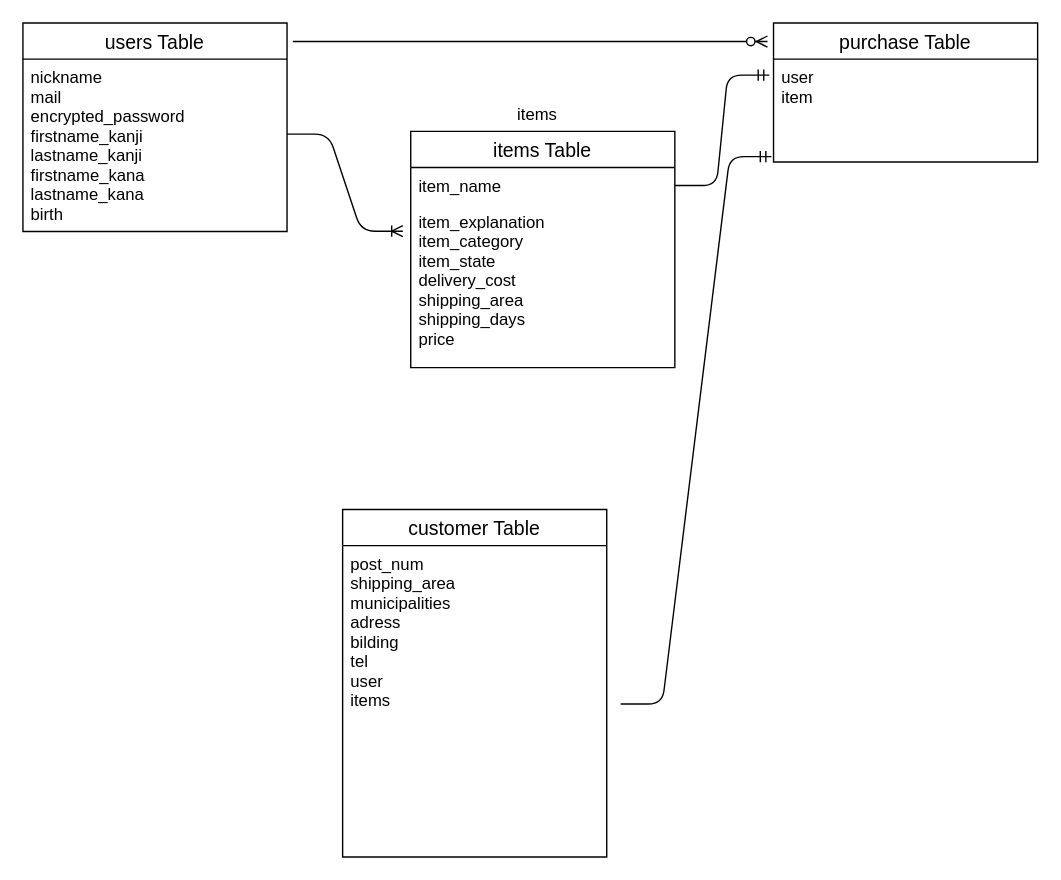
Above: test.dio in nanakuma/furima-03037 (draw.io), before the change. Source tidied: cells renumbered, new cells numbered last; positions are measured from the earlier drawing's top-left corner, leaving out a move shared by most shapes. Both pictures are drawn from the tidied source at 139%, with x=0, y=0 at pixel (22, 22).
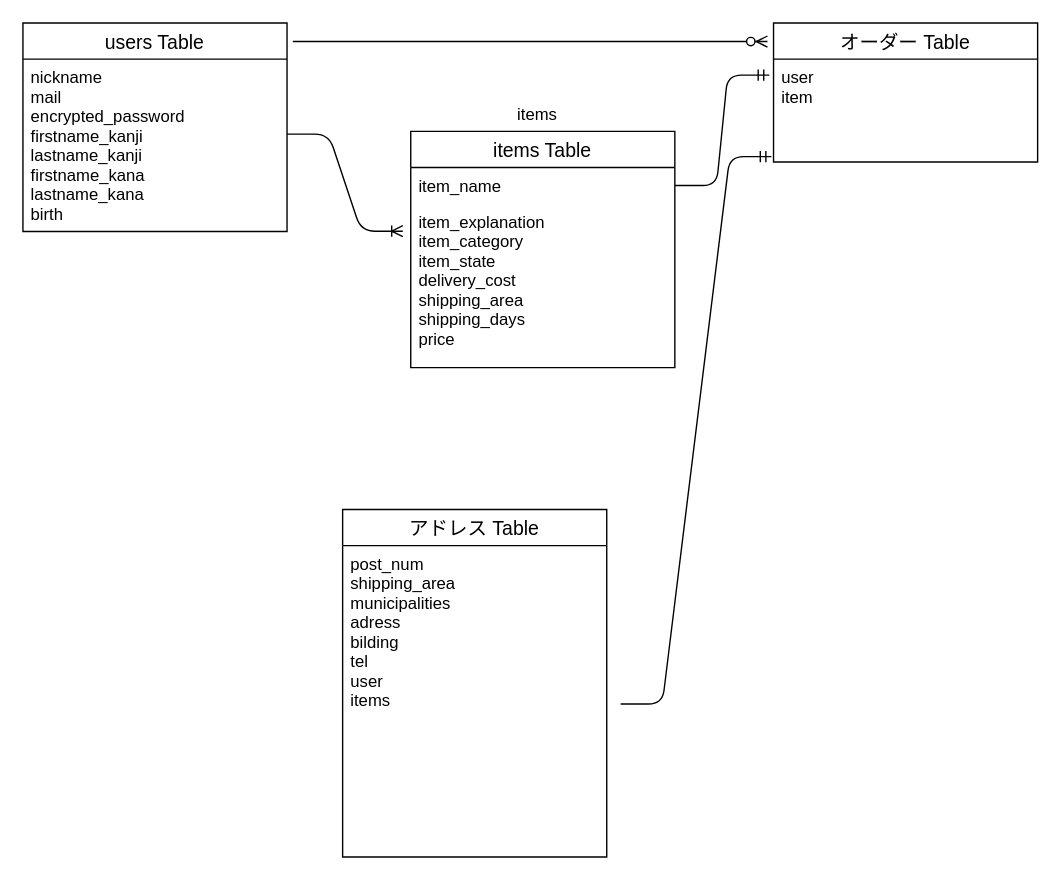
The same page after the edit.

The edit, as a diff of the source:
```diff
@@
 <mxGraphModel>
   <root>
     <mxCell id="0" />
     <mxCell id="1" parent="0" />
     <mxCell id="2" value="users Table" style="swimlane;fontStyle=0;horizontal=1;startSize=26;align=center;fontSize=14;" parent="1" vertex="1">
       <mxGeometry width="190" height="150" as="geometry" />
     </mxCell>
     <mxCell id="3" value="nickname&#10;mail&#10;encrypted_password&#10;firstname_kanji&#10;lastname_kanji&#10;firstname_kana&#10;lastname_kana&#10;birth" style="text;strokeColor=none;fillColor=none;spacingLeft=4;spacingRight=4;overflow=hidden;fontSize=12;" parent="2" vertex="1">
       <mxGeometry y="26" width="190" height="124" as="geometry" />
     </mxCell>
     <mxCell id="4" style="edgeStyle=entityRelationEdgeStyle;fontSize=12;html=1;endArrow=ERoneToMany;entryX=-0.03;entryY=0.168;entryDx=0;entryDy=0;entryPerimeter=0;" parent="1" edge="1" target="9">
       <mxGeometry relative="1" as="geometry">
         <mxPoint x="190" y="80" as="sourcePoint" />
       </mxGeometry>
     </mxCell>
-    <mxCell id="5" value="customer Table" style="swimlane;fontStyle=0;horizontal=1;startSize=26;align=center;fontSize=14;" parent="1" vertex="1">
+    <mxCell id="5" value="アドレス Table" style="swimlane;fontStyle=0;horizontal=1;startSize=26;align=center;fontSize=14;" parent="1" vertex="1">
       <mxGeometry x="230" y="350" width="190" height="250" as="geometry" />
     </mxCell>
     <mxCell id="6" value="post_num&#10;shipping_area&#10;municipalities&#10;adress&#10;bilding&#10;tel&#10;user&#10;items" style="text;strokeColor=none;fillColor=none;spacingLeft=4;spacingRight=4;overflow=hidden;fontSize=12;" parent="5" vertex="1">
       <mxGeometry y="26" width="190" height="224" as="geometry" />
     </mxCell>
     <mxCell id="7" value="items Table" style="swimlane;fontStyle=0;horizontal=1;startSize=26;align=center;fontSize=14;" parent="1" vertex="1">
       <mxGeometry x="279" y="78" width="190" height="170" as="geometry" />
     </mxCell>
     <mxCell id="8" value="item_name" style="text;strokeColor=none;fillColor=none;spacingLeft=4;spacingRight=4;overflow=hidden;points=[[0,0.5],[1,0.5]];portConstraint=eastwest;fontSize=12;" parent="7" vertex="1">
       <mxGeometry y="26" width="190" height="26" as="geometry" />
     </mxCell>
     <mxCell id="9" value="item_explanation&#10;item_category&#10;item_state&#10;delivery_cost&#10;shipping_area&#10;shipping_days&#10;price&#10;" style="text;strokeColor=none;fillColor=none;spacingLeft=4;spacingRight=4;overflow=hidden;points=[[0,0.5],[1,0.5]];portConstraint=eastwest;fontSize=12;" parent="7" vertex="1">
       <mxGeometry y="52" width="190" height="118" as="geometry" />
     </mxCell>
     <mxCell id="10" style="edgeStyle=entityRelationEdgeStyle;fontSize=12;html=1;endArrow=ERzeroToMany;endFill=1;entryX=-0.023;entryY=0.134;entryDx=0;entryDy=0;entryPerimeter=0;exitX=1.022;exitY=0.089;exitDx=0;exitDy=0;exitPerimeter=0;" parent="1" edge="1" source="2" target="13">
       <mxGeometry relative="1" as="geometry" />
     </mxCell>
     <mxCell id="11" style="edgeStyle=entityRelationEdgeStyle;fontSize=12;html=1;endArrow=ERmandOne;exitX=1;exitY=0.5;exitDx=0;exitDy=0;entryX=-0.016;entryY=0.156;entryDx=0;entryDy=0;entryPerimeter=0;" parent="1" edge="1" source="8" target="14">
       <mxGeometry relative="1" as="geometry" />
     </mxCell>
     <mxCell id="12" style="edgeStyle=entityRelationEdgeStyle;fontSize=12;html=1;endArrow=ERmandOne;entryX=-0.008;entryY=0.948;entryDx=0;entryDy=0;entryPerimeter=0;" parent="1" edge="1" target="14">
       <mxGeometry relative="1" as="geometry">
         <mxPoint x="430" y="490" as="sourcePoint" />
       </mxGeometry>
     </mxCell>
-    <mxCell id="13" value="purchase Table" style="swimlane;fontStyle=0;horizontal=1;startSize=26;align=center;fontSize=14;" parent="1" vertex="1">
+    <mxCell id="13" value="オーダー Table" style="swimlane;fontStyle=0;horizontal=1;startSize=26;align=center;fontSize=14;" parent="1" vertex="1">
       <mxGeometry x="540" width="190" height="100" as="geometry" />
     </mxCell>
     <mxCell id="14" value="user&#10;item" style="text;strokeColor=none;fillColor=none;spacingLeft=4;spacingRight=4;overflow=hidden;points=[[0,0.5],[1,0.5]];portConstraint=eastwest;fontSize=12;" parent="13" vertex="1">
       <mxGeometry y="26" width="190" height="74" as="geometry" />
     </mxCell>
     <mxCell id="15" value="items" style="text;strokeColor=none;fillColor=none;spacingLeft=4;spacingRight=4;overflow=hidden;fontSize=12;" parent="1" vertex="1">
       <mxGeometry x="350" y="52" width="190" height="26" as="geometry" />
     </mxCell>
   </root>
 </mxGraphModel>
```
